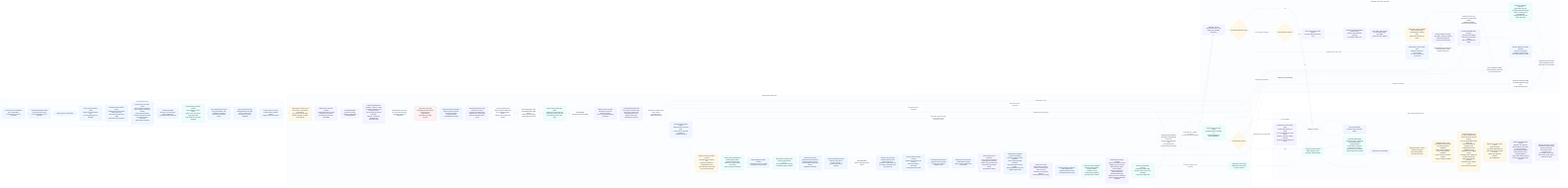
Before: odylith/atlas/source/domain-intelligence-greenfield-governance.png, a diagram exported from Mermaid (odylith/odylith). Its source is kept beside it as odylith/atlas/source/domain-intelligence-greenfield-governance.mmd.
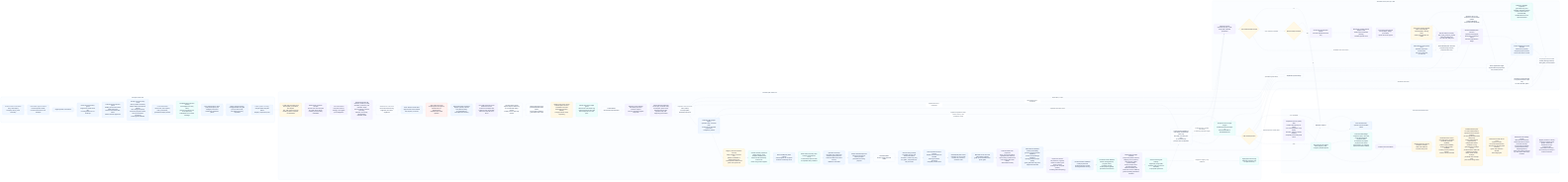
Later version of the same file.

Diff of the diagram source:
```diff
@@ -21,11 +21,13 @@
       semantic_ir["SemanticModelIR<br/>first-path contract,<br/>ontology, event graph,<br/>proof obligations"]
       evaluation_semantics["EvaluationSemanticsIR<br/>scientific, research, model,<br/>simulation, prediction, and evaluation depth<br/>source evidence, method boundary,<br/>baseline, uncertainty, reproducibility,<br/>excluded claims"]
       actor_role_owner["Shared actor-role owner<br/>role nouns feed recovery,<br/>fragments, and actor signatures"]
+      artifact_actor_filter["Actor artifact-context filter<br/>approval and review artifacts<br/>stay objects, not actors"]
       actor_path_role["Actor path-role owner<br/>accepted-path descriptions,<br/>partial actor-list augmentation,<br/>duplicate suffix-label rejection"]
       external_boundary["External boundary semantics<br/>explicit systems, inferred first-path boundary,<br/>or typed deferred manual/fixture boundary"]
       sequence_owner["First-path sequence owner<br/>modal actor chains,<br/>connector-led object tails,<br/>evidence noun compounds,<br/>distinctive terminal event terms"]
       subject_carry_guard["Carried-subject guard<br/>explicit subjects seed carry<br/>for coordinated sibling actions<br/>ordinary action verbs stay actions"]
       result_language["Result-language owner<br/>quoted/bounded visible results,<br/>result-object modifiers,<br/>grammatical item order"]
+      visible_result_priority["Visible-result priority owner<br/>material object lists and reviewable outcomes<br/>beat proof-boundary fallback;<br/>storage evidence stays supporting"]
       prose_shape_guard["Clause-local prose-shape guard<br/>shared actor-role heads only,<br/>valid gerund action lists and<br/>title-compound user roles pass"]
       artifact_plan["ArtifactPlanIR<br/>sanctioned projection fields"]
       release_scope["Release-scope classifier<br/>affirmative proof and evidence support<br/>survives unrelated negative scope tails"]
@@ -95,7 +97,7 @@
     end
 
     visible_intent --> confirmable_stdout --> confirm --> source_guard --> intent_section_parser --> prompt_recovery --> confirmed_ir --> accepted_path_projection --> non_goal_owner --> sparse_systems --> public_system_copy
-    public_system_copy --> apply_input --> compiler --> semantic_ir --> evaluation_semantics --> actor_role_owner --> actor_path_role --> external_boundary --> sequence_owner --> subject_carry_guard --> result_language --> prose_shape_guard --> artifact_plan --> release_scope --> canonical_facts --> projection_contract --> semantic_patch_targets --> registry_contract_custody --> projections --> atlas_label_custody --> state_boundary_titles --> next_steps --> project_dashboard --> draft_set
+    public_system_copy --> apply_input --> compiler --> semantic_ir --> evaluation_semantics --> actor_role_owner --> artifact_actor_filter --> actor_path_role --> external_boundary --> sequence_owner --> subject_carry_guard --> result_language --> visible_result_priority --> prose_shape_guard --> artifact_plan --> release_scope --> canonical_facts --> projection_contract --> semantic_patch_targets --> registry_contract_custody --> projections --> atlas_label_custody --> state_boundary_titles --> next_steps --> project_dashboard --> draft_set
     draft_set --> source_casing_custody --> control_plane_homonyms --> artifact_units --> mermaid_source_units --> visible_actor_projection --> validators --> expert_lenses --> persisted_readback --> governed_readback --> evidence_readback --> typed_findings --> source_addresses --> projection_targets --> final_manifest
     typed_findings -- "untyped or legacy-only evidence" --> legacy_blockers --> rollback
     final_manifest -- "pass" --> writes --> proof_log --> surface_custody --> matrix_scorer --> release_matrix --> natural_rescue_proof --> selected_case_leakage --> registry_forensics_custody
@@ -130,7 +132,7 @@
     classDef rescue fill:#FFF7ED,stroke:#FDBA74,color:#17233A,stroke-width:1.2px;
     classDef write fill:#F0FDF4,stroke:#86EFAC,color:#17233A,stroke-width:1.2px;
     class visible_intent,confirmable_stdout,confirm,source_guard,intent_section_parser,prompt_recovery,confirmed_ir,non_goal_owner,sparse_systems,public_system_copy intent;
-    class apply_input,compiler,semantic_ir,evaluation_semantics,actor_role_owner,actor_path_role,external_boundary,sequence_owner,subject_carry_guard,result_language,prose_shape_guard,artifact_plan,release_scope,canonical_facts,projection_contract,semantic_patch_targets,registry_contract_custody,projections,atlas_label_custody,state_boundary_titles,next_steps,project_dashboard,draft_set,source_casing_custody,control_plane_homonyms,artifact_units,mermaid_source_units,visible_actor_projection,validators,expert_lenses,persisted_readback,governed_readback,evidence_readback,typed_findings,source_addresses,projection_targets,legacy_blockers,final_manifest standard;
+    class apply_input,compiler,semantic_ir,evaluation_semantics,actor_role_owner,artifact_actor_filter,actor_path_role,external_boundary,sequence_owner,subject_carry_guard,result_language,visible_result_priority,prose_shape_guard,artifact_plan,release_scope,canonical_facts,projection_contract,semantic_patch_targets,registry_contract_custody,projections,atlas_label_custody,state_boundary_titles,next_steps,project_dashboard,draft_set,source_casing_custody,control_plane_homonyms,artifact_units,mermaid_source_units,visible_actor_projection,validators,expert_lenses,persisted_readback,governed_readback,evidence_readback,typed_findings,source_addresses,projection_targets,legacy_blockers,final_manifest standard;
     class repairable,patchset,executable_target,deterministic_source_patch,rescue_budget,tribunal_planner,provider_adapter,strict_schema,custody_check,repair_manifest,semantic_apply,plan_apply,semantic_mirror_sync,scope_ledger,dashboard_rerender,projection_rerender,package_inspection,rerender rescue;
     class writes,rollback,blockers,proof_log,surface_custody,matrix_scorer,release_matrix,natural_rescue_proof,selected_case_leakage,registry_forensics_custody,completion_debt,final_write_debt write;
 
```
